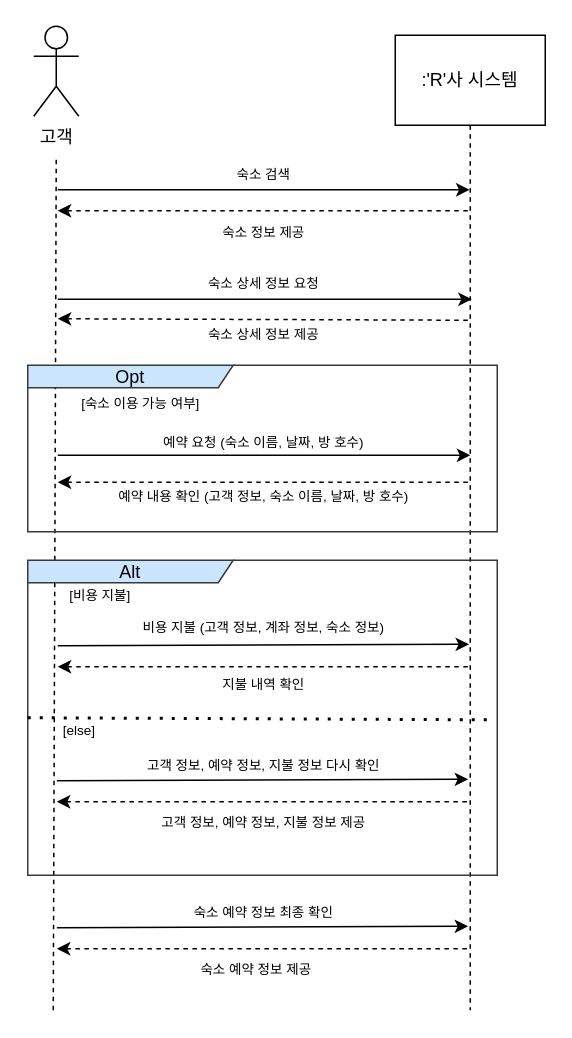
Above: 시분설_5번과제.drawio in dbsrudrla/diagram (draw.io), before the change. Source tidied: cells renumbered, new cells numbered last; positions are measured from the earlier drawing's top-left corner, leaving out a move shared by most shapes. Both pictures are drawn from the tidied source at 150%, with x=0, y=0 at pixel (27, 26).
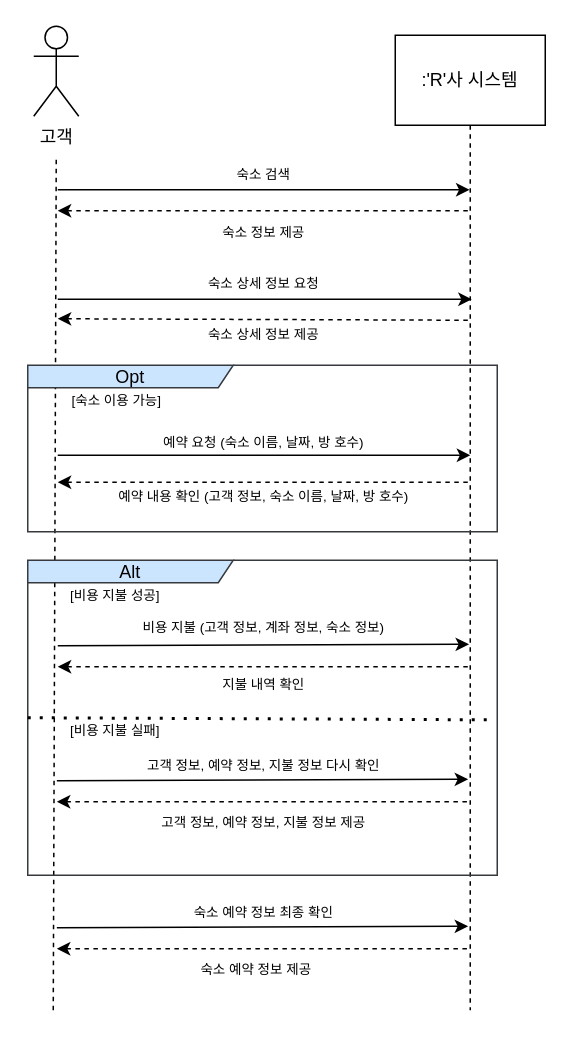
Above is the later version.

Commit message:
시분설_5번과제.drawio 업데이트

Unchanged cells that the change refers to:
```xml
<mxCell id="17" value="Opt" style="shape=umlFrame;whiteSpace=wrap;html=1;width=137;height=15;labelBackgroundColor=none;labelBorderColor=none;fillColor=#cce5ff;fillStyle=auto;strokeColor=#36393d;" parent="1" vertex="1">
  <mxGeometry y="226" width="313" height="111" as="geometry" />
</mxCell>
<mxCell id="21" value="Alt" style="shape=umlFrame;whiteSpace=wrap;html=1;width=137;height=15;labelBackgroundColor=none;labelBorderColor=none;fillColor=#cce5ff;fillStyle=auto;strokeColor=#36393d;" parent="1" vertex="1">
  <mxGeometry y="356" width="313" height="210" as="geometry" />
</mxCell>
```

The edit, as a diff of the source:
```diff
@@
-    <mxCell id="18" value="&lt;font style=&quot;font-size: 9px;&quot;&gt;[숙소 이용 가능 여부]&lt;/font&gt;" style="text;html=1;align=center;verticalAlign=middle;strokeColor=none;fillColor=none;" parent="17" vertex="1">
-      <mxGeometry x="15" y="10" width="120" height="30" as="geometry" />
+    <mxCell id="18" value="&lt;font style=&quot;font-size: 9px;&quot;&gt;[숙소 이용 가능]&lt;/font&gt;" style="text;html=1;align=center;verticalAlign=middle;strokeColor=none;fillColor=none;" parent="17" vertex="1">
+      <mxGeometry x="14" y="8" width="90" height="30" as="geometry" />
     </mxCell>
@@
-    <mxCell id="22" value="&lt;font style=&quot;font-size: 9px;&quot;&gt;[비용 지불]&lt;/font&gt;" style="text;html=1;align=center;verticalAlign=middle;strokeColor=none;fillColor=none;" parent="21" vertex="1">
-      <mxGeometry x="13" y="8" width="70" height="30" as="geometry" />
+    <mxCell id="22" value="&lt;font style=&quot;font-size: 9px;&quot;&gt;[비용 지불 성공]&lt;/font&gt;" style="text;html=1;align=center;verticalAlign=middle;strokeColor=none;fillColor=none;" parent="21" vertex="1">
+      <mxGeometry x="13" y="8" width="90" height="30" as="geometry" />
     </mxCell>
-    <mxCell id="23" value="&lt;font style=&quot;font-size: 9px;&quot;&gt;[else]&lt;/font&gt;" style="text;html=1;align=center;verticalAlign=middle;strokeColor=none;fillColor=none;" parent="21" vertex="1">
-      <mxGeometry x="9" y="98" width="50" height="30" as="geometry" />
+    <mxCell id="23" value="&lt;font style=&quot;font-size: 9px;&quot;&gt;[비용 지불 실패]&lt;/font&gt;" style="text;html=1;align=center;verticalAlign=middle;strokeColor=none;fillColor=none;" parent="21" vertex="1">
+      <mxGeometry x="13" y="98" width="90" height="30" as="geometry" />
     </mxCell>
```
